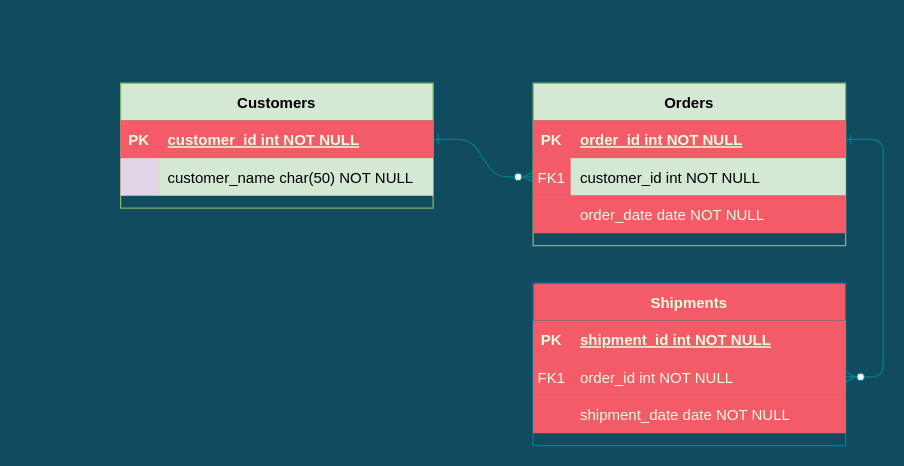
Before: Untitled Diagram.drawio in UTCh-BIS-Team/Entity-Relationship-Model, a draw.io diagram. Source tidied: cells renumbered, new cells numbered last; positions are measured from the earlier drawing's top-left corner, leaving out a move shared by most shapes. Both pictures are drawn from the tidied source at 125%, with x=0, y=0 at pixel (120, 82).
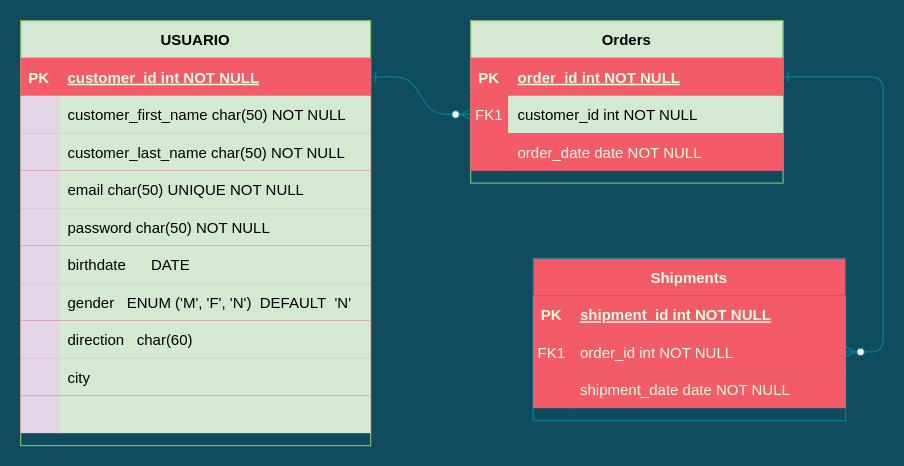
The same diagram, later.

What changed in the source:
```diff
@@
     <mxCell id="4" value="Orders" style="shape=table;startSize=30;childLayout=tableLayout;rowLines=0;fontStyle=1;align=center;fillColor=#d5e8d4;strokeColor=#82b366;" parent="1" vertex="1">
-      <mxGeometry x="330" width="250" height="130" as="geometry" />
+      <mxGeometry x="280" y="-50" width="250" height="130" as="geometry" />
     </mxCell>
@@
+    <mxCell id="24" value="USUARIO" style="shape=table;startSize=30;childLayout=tableLayout;rowLines=0;fontStyle=1;align=center;fillColor=#d5e8d4;strokeColor=#82b366;" parent="1" vertex="1">
+      <mxGeometry x="-80" y="-50" width="280" height="340" as="geometry" />
+    </mxCell>
+    <mxCell id="25" style="shape=partialRectangle;fillColor=#F45B69;points=[[0,0.5],[1,0.5]];portConstraint=eastwest;top=0;left=0;right=0;bottom=1;strokeColor=#028090;fontColor=#E4FDE1;" parent="24" vertex="1">
+      <mxGeometry y="30" width="280" height="30" as="geometry" />
+    </mxCell>
+    <mxCell id="26" value="PK" style="shape=partialRectangle;overflow=hidden;fillColor=#F45B69;top=0;left=0;bottom=0;right=0;fontStyle=1;strokeColor=#028090;fontColor=#E4FDE1;" parent="25" vertex="1">
+      <mxGeometry width="30" height="30" as="geometry" />
+    </mxCell>
+    <mxCell id="27" value="customer_id int NOT NULL " style="shape=partialRectangle;overflow=hidden;fillColor=#F45B69;top=0;left=0;bottom=0;right=0;align=left;spacingLeft=6;fontStyle=5;strokeColor=#028090;fontColor=#E4FDE1;" parent="25" vertex="1">
+      <mxGeometry x="30" width="250" height="30" as="geometry" />
+    </mxCell>
+    <mxCell id="28" style="shape=partialRectangle;fillColor=#F45B69;top=0;left=0;right=0;bottom=0;strokeColor=#028090;fontColor=#E4FDE1;" parent="24" vertex="1">
+      <mxGeometry y="60" width="280" height="30" as="geometry" />
+    </mxCell>
+    <mxCell id="29" style="shape=partialRectangle;overflow=hidden;fillColor=#e1d5e7;top=0;left=0;bottom=0;right=0;strokeColor=#9673a6;" parent="28" vertex="1">
+      <mxGeometry width="30" height="30" as="geometry" />
+    </mxCell>
+    <mxCell id="30" value="customer_first_name char(50) NOT NULL" style="shape=partialRectangle;overflow=hidden;fillColor=#d5e8d4;top=0;left=0;bottom=0;right=0;align=left;spacingLeft=6;strokeColor=#82b366;shadow=0;sketch=0;" parent="28" vertex="1">
+      <mxGeometry x="30" width="250" height="30" as="geometry" />
+    </mxCell>
+    <mxCell id="31" style="shape=partialRectangle;fillColor=#F45B69;top=0;left=0;right=0;bottom=0;strokeColor=#028090;fontColor=#E4FDE1;" parent="24" vertex="1">
+      <mxGeometry y="90" width="280" height="30" as="geometry" />
+    </mxCell>
+    <mxCell id="32" style="shape=partialRectangle;overflow=hidden;fillColor=#e1d5e7;top=0;left=0;bottom=0;right=0;strokeColor=#9673a6;" parent="31" vertex="1">
+      <mxGeometry width="30" height="30" as="geometry" />
+    </mxCell>
+    <mxCell id="33" value="customer_last_name char(50) NOT NULL" style="shape=partialRectangle;overflow=hidden;fillColor=#d5e8d4;top=0;left=0;bottom=0;right=0;align=left;spacingLeft=6;strokeColor=#82b366;shadow=0;sketch=0;" parent="31" vertex="1">
+      <mxGeometry x="30" width="250" height="30" as="geometry" />
+    </mxCell>
+    <mxCell id="34" style="shape=partialRectangle;fillColor=#F45B69;top=0;left=0;right=0;bottom=0;strokeColor=#028090;fontColor=#E4FDE1;" parent="24" vertex="1">
+      <mxGeometry y="120" width="280" height="30" as="geometry" />
+    </mxCell>
+    <mxCell id="35" style="shape=partialRectangle;overflow=hidden;fillColor=#e1d5e7;top=0;left=0;bottom=0;right=0;strokeColor=#9673a6;" parent="34" vertex="1">
+      <mxGeometry width="30" height="30" as="geometry" />
+    </mxCell>
+    <mxCell id="36" value="email char(50) UNIQUE NOT NULL" style="shape=partialRectangle;overflow=hidden;fillColor=#d5e8d4;top=0;left=0;bottom=0;right=0;align=left;spacingLeft=6;strokeColor=#82b366;shadow=0;sketch=0;" parent="34" vertex="1">
+      <mxGeometry x="30" width="250" height="30" as="geometry" />
+    </mxCell>
+    <mxCell id="37" style="shape=partialRectangle;fillColor=#F45B69;top=0;left=0;right=0;bottom=0;strokeColor=#028090;fontColor=#E4FDE1;" parent="24" vertex="1">
+      <mxGeometry y="150" width="280" height="30" as="geometry" />
+    </mxCell>
+    <mxCell id="38" style="shape=partialRectangle;overflow=hidden;fillColor=#e1d5e7;top=0;left=0;bottom=0;right=0;strokeColor=#9673a6;" parent="37" vertex="1">
+      <mxGeometry width="30" height="30" as="geometry" />
+    </mxCell>
+    <mxCell id="39" value="password char(50) NOT NULL" style="shape=partialRectangle;overflow=hidden;fillColor=#d5e8d4;top=0;left=0;bottom=0;right=0;align=left;spacingLeft=6;strokeColor=#82b366;shadow=0;sketch=0;" parent="37" vertex="1">
+      <mxGeometry x="30" width="250" height="30" as="geometry" />
+    </mxCell>
+    <mxCell id="40" style="shape=partialRectangle;fillColor=#F45B69;top=0;left=0;right=0;bottom=0;strokeColor=#028090;fontColor=#E4FDE1;" parent="24" vertex="1">
+      <mxGeometry y="180" width="280" height="30" as="geometry" />
+    </mxCell>
+    <mxCell id="41" style="shape=partialRectangle;overflow=hidden;fillColor=#e1d5e7;top=0;left=0;bottom=0;right=0;strokeColor=#9673a6;" parent="40" vertex="1">
+      <mxGeometry width="30" height="30" as="geometry" />
+    </mxCell>
+    <mxCell id="42" value="birthdate      DATE" style="shape=partialRectangle;overflow=hidden;fillColor=#d5e8d4;top=0;left=0;bottom=0;right=0;align=left;spacingLeft=6;strokeColor=#82b366;shadow=0;sketch=0;" parent="40" vertex="1">
+      <mxGeometry x="30" width="250" height="30" as="geometry" />
+    </mxCell>
+    <mxCell id="43" style="shape=partialRectangle;fillColor=#F45B69;top=0;left=0;right=0;bottom=0;strokeColor=#028090;fontColor=#E4FDE1;" parent="24" vertex="1">
+      <mxGeometry y="210" width="280" height="30" as="geometry" />
+    </mxCell>
+    <mxCell id="44" style="shape=partialRectangle;overflow=hidden;fillColor=#e1d5e7;top=0;left=0;bottom=0;right=0;strokeColor=#9673a6;" parent="43" vertex="1">
+      <mxGeometry width="30" height="30" as="geometry" />
+    </mxCell>
+    <mxCell id="45" value="gender   ENUM ('M', 'F', 'N')  DEFAULT  'N'" style="shape=partialRectangle;overflow=hidden;fillColor=#d5e8d4;top=0;left=0;bottom=0;right=0;align=left;spacingLeft=6;strokeColor=#82b366;shadow=0;sketch=0;" parent="43" vertex="1">
+      <mxGeometry x="30" width="250" height="30" as="geometry" />
+    </mxCell>
+    <mxCell id="46" style="shape=partialRectangle;fillColor=#F45B69;top=0;left=0;right=0;bottom=0;strokeColor=#028090;fontColor=#E4FDE1;" parent="24" vertex="1">
+      <mxGeometry y="240" width="280" height="30" as="geometry" />
+    </mxCell>
+    <mxCell id="47" style="shape=partialRectangle;overflow=hidden;fillColor=#e1d5e7;top=0;left=0;bottom=0;right=0;strokeColor=#9673a6;" parent="46" vertex="1">
+      <mxGeometry width="30" height="30" as="geometry" />
+    </mxCell>
+    <mxCell id="48" value="direction   char(60)" style="shape=partialRectangle;overflow=hidden;fillColor=#d5e8d4;top=0;left=0;bottom=0;right=0;align=left;spacingLeft=6;strokeColor=#82b366;shadow=0;sketch=0;" parent="46" vertex="1">
+      <mxGeometry x="30" width="250" height="30" as="geometry" />
+    </mxCell>
+    <mxCell id="49" style="shape=partialRectangle;fillColor=#F45B69;top=0;left=0;right=0;bottom=0;strokeColor=#028090;fontColor=#E4FDE1;" parent="24" vertex="1">
+      <mxGeometry y="270" width="280" height="30" as="geometry" />
+    </mxCell>
+    <mxCell id="50" style="shape=partialRectangle;overflow=hidden;fillColor=#e1d5e7;top=0;left=0;bottom=0;right=0;strokeColor=#9673a6;" parent="49" vertex="1">
+      <mxGeometry width="30" height="30" as="geometry" />
+    </mxCell>
+    <mxCell id="51" value="city" style="shape=partialRectangle;overflow=hidden;fillColor=#d5e8d4;top=0;left=0;bottom=0;right=0;align=left;spacingLeft=6;strokeColor=#82b366;shadow=0;sketch=0;" parent="49" vertex="1">
+      <mxGeometry x="30" width="250" height="30" as="geometry" />
+    </mxCell>
+    <mxCell id="52" style="shape=partialRectangle;fillColor=#F45B69;top=0;left=0;right=0;bottom=0;strokeColor=#028090;fontColor=#E4FDE1;" parent="24" vertex="1">
+      <mxGeometry y="300" width="280" height="30" as="geometry" />
+    </mxCell>
+    <mxCell id="53" style="shape=partialRectangle;overflow=hidden;fillColor=#e1d5e7;top=0;left=0;bottom=0;right=0;strokeColor=#9673a6;" parent="52" vertex="1">
+      <mxGeometry width="30" height="30" as="geometry" />
+    </mxCell>
+    <mxCell id="54" style="shape=partialRectangle;overflow=hidden;fillColor=#d5e8d4;top=0;left=0;bottom=0;right=0;align=left;spacingLeft=6;strokeColor=#82b366;shadow=0;sketch=0;" parent="52" vertex="1">
+      <mxGeometry x="30" width="250" height="30" as="geometry" />
+    </mxCell>
     <mxCell id="14" value="Shipments" style="shape=table;startSize=30;childLayout=tableLayout;rowLines=0;fontStyle=1;align=center;fillColor=#F45B69;strokeColor=#028090;fontColor=#E4FDE1;" parent="1" vertex="1">
-      <mxGeometry x="330" y="160" width="250" height="130" as="geometry" />
+      <mxGeometry x="330" y="140" width="250" height="130" as="geometry" />
     </mxCell>
@@
-    <mxCell id="24" value="Customers" style="shape=table;startSize=30;childLayout=tableLayout;rowLines=0;fontStyle=1;align=center;fillColor=#d5e8d4;strokeColor=#82b366;" parent="1" vertex="1">
-      <mxGeometry width="250" height="100" as="geometry" />
-    </mxCell>
-    <mxCell id="25" style="shape=partialRectangle;fillColor=#F45B69;points=[[0,0.5],[1,0.5]];portConstraint=eastwest;top=0;left=0;right=0;bottom=1;strokeColor=#028090;fontColor=#E4FDE1;" parent="24" vertex="1">
-      <mxGeometry y="30" width="250" height="30" as="geometry" />
-    </mxCell>
-    <mxCell id="26" value="PK" style="shape=partialRectangle;overflow=hidden;fillColor=#F45B69;top=0;left=0;bottom=0;right=0;fontStyle=1;strokeColor=#028090;fontColor=#E4FDE1;" parent="25" vertex="1">
-      <mxGeometry width="30" height="30" as="geometry" />
-    </mxCell>
-    <mxCell id="27" value="customer_id int NOT NULL " style="shape=partialRectangle;overflow=hidden;fillColor=#F45B69;top=0;left=0;bottom=0;right=0;align=left;spacingLeft=6;fontStyle=5;strokeColor=#028090;fontColor=#E4FDE1;" parent="25" vertex="1">
-      <mxGeometry x="30" width="220" height="30" as="geometry" />
-    </mxCell>
-    <mxCell id="28" style="shape=partialRectangle;fillColor=#F45B69;top=0;left=0;right=0;bottom=0;strokeColor=#028090;fontColor=#E4FDE1;" parent="24" vertex="1">
-      <mxGeometry y="60" width="250" height="30" as="geometry" />
-    </mxCell>
-    <mxCell id="29" style="shape=partialRectangle;overflow=hidden;fillColor=#e1d5e7;top=0;left=0;bottom=0;right=0;strokeColor=#9673a6;" parent="28" vertex="1">
-      <mxGeometry width="30" height="30" as="geometry" />
-    </mxCell>
-    <mxCell id="30" value="customer_name char(50) NOT NULL" style="shape=partialRectangle;overflow=hidden;fillColor=#d5e8d4;top=0;left=0;bottom=0;right=0;align=left;spacingLeft=6;strokeColor=#82b366;" parent="28" vertex="1">
-      <mxGeometry x="30" width="220" height="30" as="geometry" />
-    </mxCell>
```
